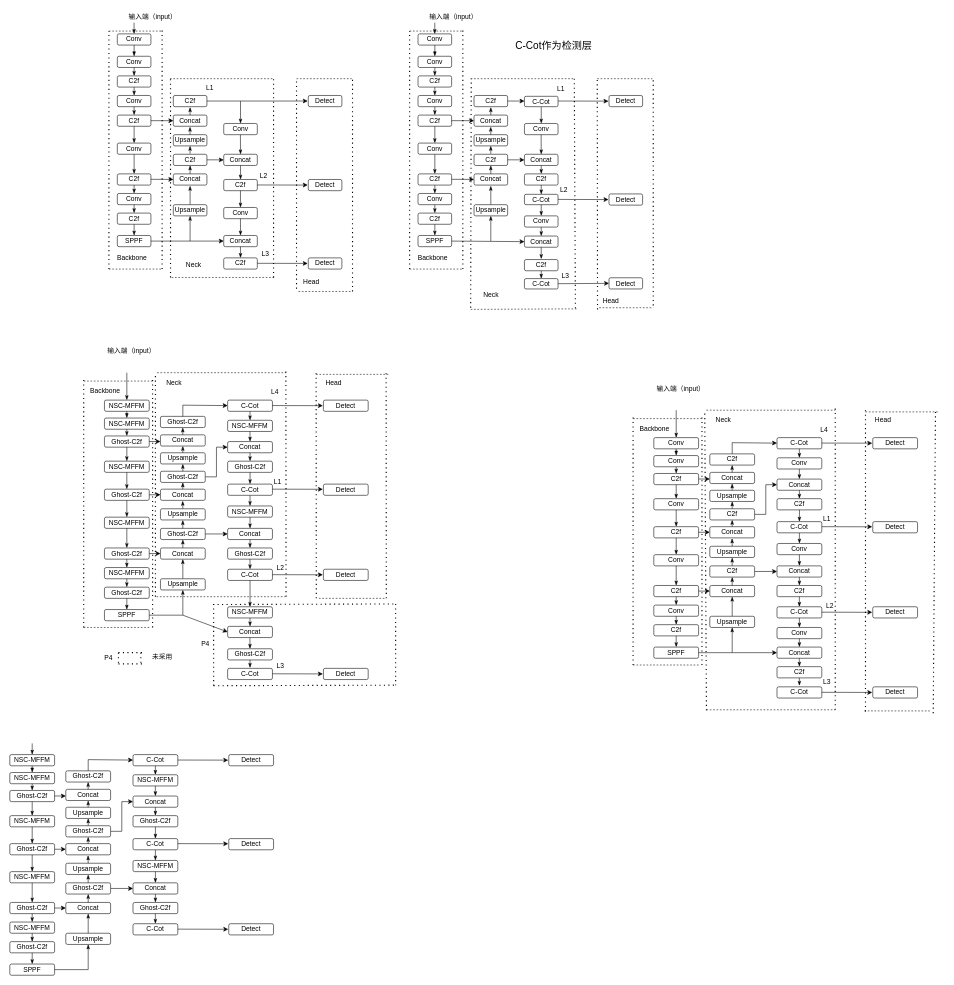
Before: nscot_yolo.drawio in recluse99/tcp_ip, a draw.io diagram. Source tidied: cells renumbered, new cells numbered last; positions are measured from the earlier drawing's top-left corner, leaving out a move shared by most shapes. Both pictures are drawn from the tidied source at 56%, with x=0, y=0 at pixel (10, 10).
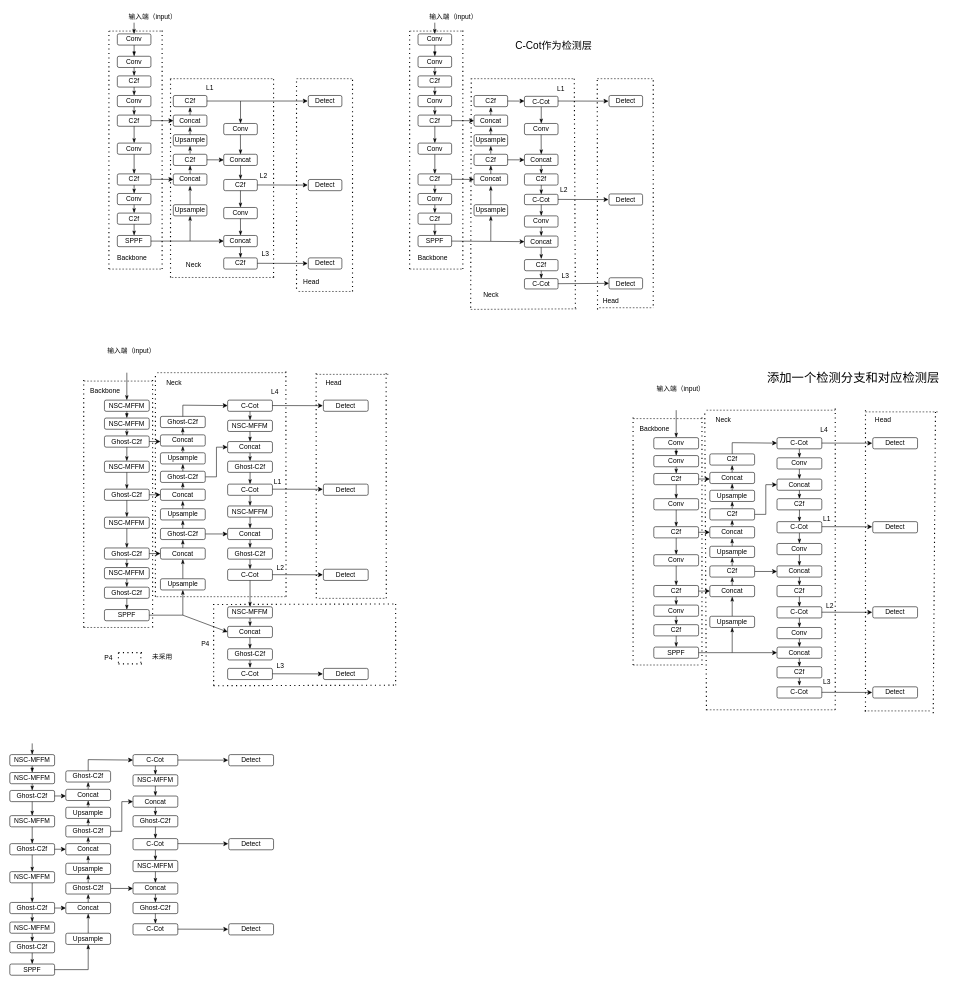
The same page after the edit.

The edit, as a diff of the source:
```diff
@@
+    <mxCell id="433" value="&lt;font style=&quot;font-size: 22px;&quot;&gt;添加一个检测分支和对应检测层&lt;/font&gt;" style="text;html=1;align=center;verticalAlign=middle;strokeColor=none;fillColor=none;" parent="1" vertex="1">
+      <mxGeometry x="1343" y="639" width="326" height="38" as="geometry" />
+    </mxCell>
```
